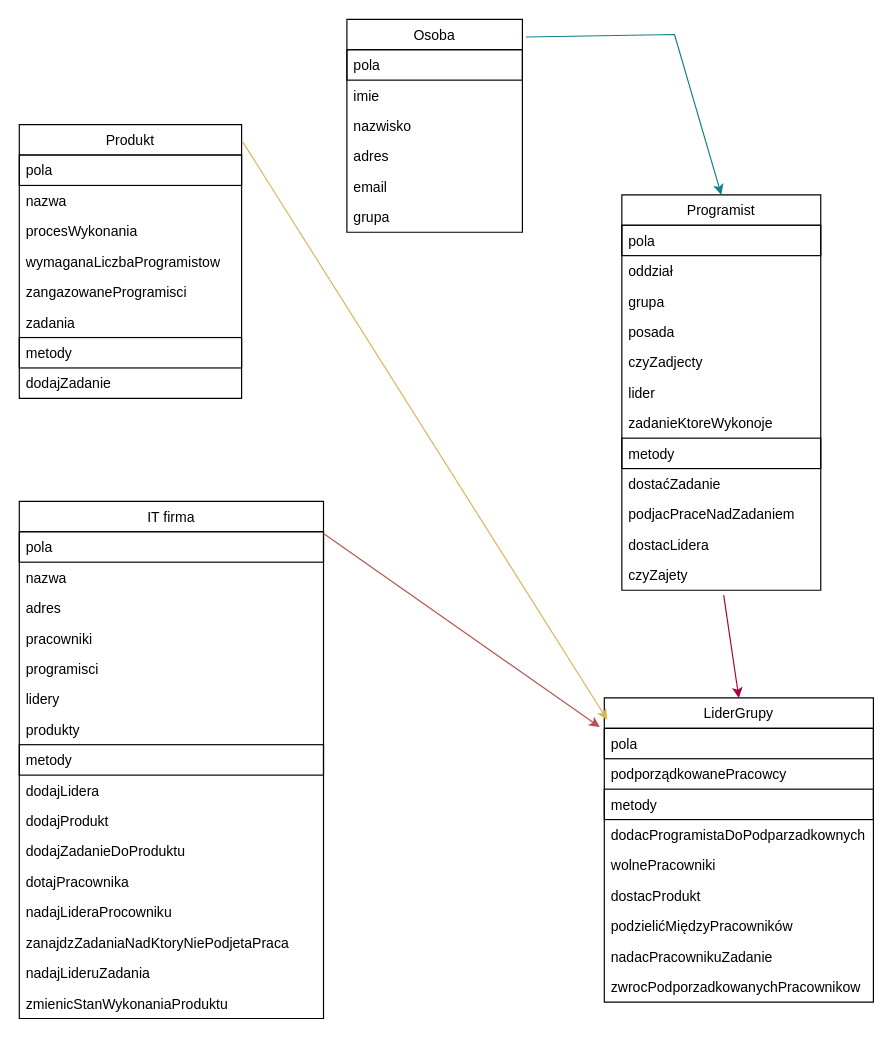
HoutarouM/2pM keeps this draw.io diagram as project/projectEdited.drawio. Above is the earlier version. Source tidied: cells renumbered, new cells numbered last; positions are measured from the earlier drawing's top-left corner, leaving out a move shared by most shapes. Both pictures are drawn from the tidied source at 117%, with x=0, y=0 at pixel (19, 19).
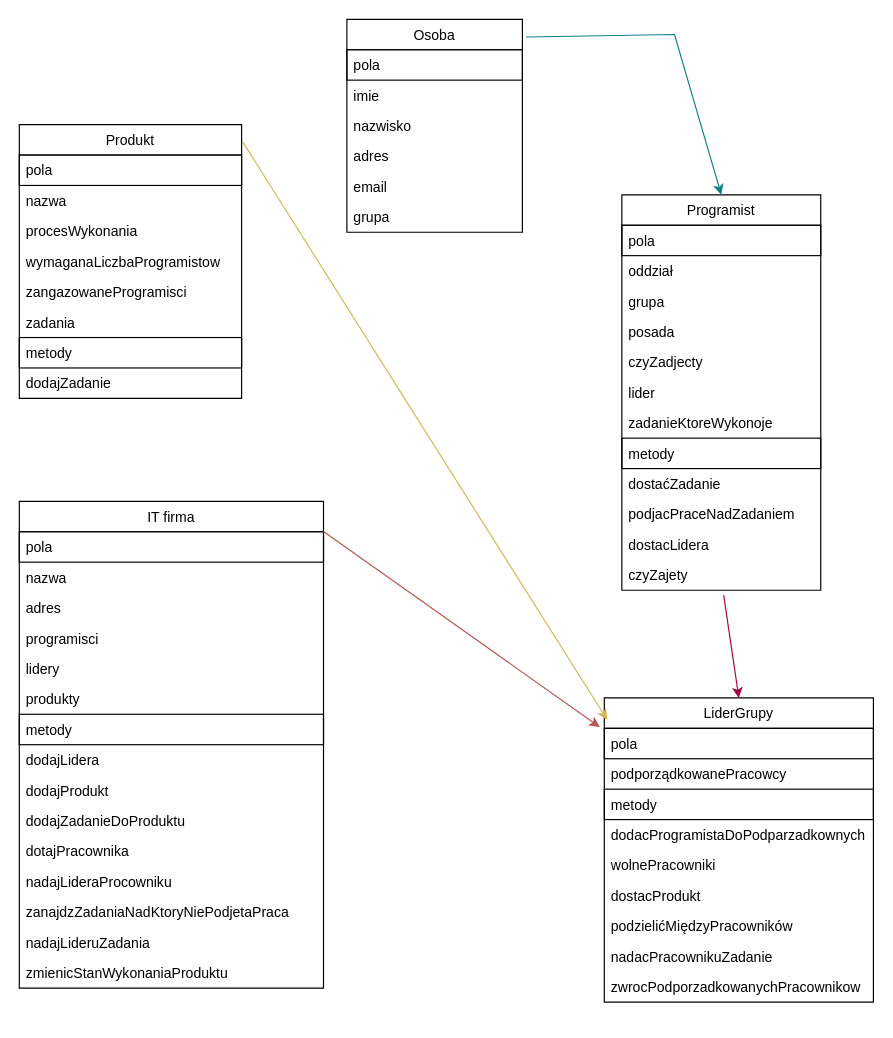
The same diagram, later.

What changed in the source:
```diff
@@
     <mxCell id="2" value="IT firma" style="swimlane;fontStyle=0;horizontal=1;startSize=26;fillColor=none;" parent="1" vertex="1">
-      <mxGeometry y="412" width="260" height="442" as="geometry" />
+      <mxGeometry y="412" width="260" height="416" as="geometry" />
     </mxCell>
@@
-    <mxCell id="6" value="pracowniki" style="text;strokeColor=none;fillColor=none;align=left;verticalAlign=top;spacingLeft=4;spacingRight=4;overflow=hidden;" parent="2" vertex="1">
-      <mxGeometry y="104" width="260" height="26" as="geometry" />
-    </mxCell>
     <mxCell id="7" value="programisci" style="text;strokeColor=none;fillColor=none;align=left;verticalAlign=top;spacingLeft=4;spacingRight=4;overflow=hidden;" parent="2" vertex="1">
-      <mxGeometry y="130" width="260" height="26" as="geometry" />
+      <mxGeometry y="104" width="260" height="26" as="geometry" />
     </mxCell>
     <mxCell id="8" value="lidery" style="text;strokeColor=none;fillColor=none;align=left;verticalAlign=top;spacingLeft=4;spacingRight=4;overflow=hidden;" parent="2" vertex="1">
-      <mxGeometry y="156" width="260" height="26" as="geometry" />
+      <mxGeometry y="130" width="260" height="26" as="geometry" />
     </mxCell>
     <mxCell id="9" value="produkty" style="text;strokeColor=none;fillColor=none;align=left;verticalAlign=top;spacingLeft=4;spacingRight=4;overflow=hidden;" parent="2" vertex="1">
-      <mxGeometry y="182" width="260" height="26" as="geometry" />
+      <mxGeometry y="156" width="260" height="26" as="geometry" />
     </mxCell>
     <mxCell id="10" value="metody" style="text;strokeColor=default;fillColor=none;align=left;verticalAlign=top;spacingLeft=4;spacingRight=4;overflow=hidden;imageAspect=1;backgroundOutline=0;shadow=0;sketch=0;glass=0;rounded=0;" parent="2" vertex="1">
-      <mxGeometry y="208" width="260" height="26" as="geometry" />
+      <mxGeometry y="182" width="260" height="26" as="geometry" />
     </mxCell>
     <mxCell id="11" value="dodajLidera" style="text;strokeColor=none;fillColor=none;align=left;verticalAlign=top;spacingLeft=4;spacingRight=4;overflow=hidden;" parent="2" vertex="1">
-      <mxGeometry y="234" width="260" height="26" as="geometry" />
+      <mxGeometry y="208" width="260" height="26" as="geometry" />
     </mxCell>
     <mxCell id="12" value="dodajProdukt" style="text;strokeColor=none;fillColor=none;align=left;verticalAlign=top;spacingLeft=4;spacingRight=4;overflow=hidden;" parent="2" vertex="1">
-      <mxGeometry y="260" width="260" height="26" as="geometry" />
+      <mxGeometry y="234" width="260" height="26" as="geometry" />
     </mxCell>
     <mxCell id="13" value="dodajZadanieDoProduktu" style="text;strokeColor=none;fillColor=none;align=left;verticalAlign=top;spacingLeft=4;spacingRight=4;overflow=hidden;" parent="2" vertex="1">
-      <mxGeometry y="286" width="260" height="26" as="geometry" />
+      <mxGeometry y="260" width="260" height="26" as="geometry" />
     </mxCell>
     <mxCell id="14" value="dotajPracownika" style="text;strokeColor=none;fillColor=none;align=left;verticalAlign=top;spacingLeft=4;spacingRight=4;overflow=hidden;" parent="2" vertex="1">
-      <mxGeometry y="312" width="260" height="26" as="geometry" />
+      <mxGeometry y="286" width="260" height="26" as="geometry" />
     </mxCell>
     <mxCell id="15" value="nadajLideraProcowniku" style="text;strokeColor=none;fillColor=none;align=left;verticalAlign=top;spacingLeft=4;spacingRight=4;overflow=hidden;" parent="2" vertex="1">
-      <mxGeometry y="338" width="260" height="26" as="geometry" />
+      <mxGeometry y="312" width="260" height="26" as="geometry" />
     </mxCell>
     <mxCell id="16" value="zanajdzZadaniaNadKtoryNiePodjetaPraca" style="text;strokeColor=none;fillColor=none;align=left;verticalAlign=top;spacingLeft=4;spacingRight=4;overflow=hidden;" parent="2" vertex="1">
-      <mxGeometry y="364" width="260" height="26" as="geometry" />
+      <mxGeometry y="338" width="260" height="26" as="geometry" />
     </mxCell>
     <mxCell id="17" value="nadajLideruZadania" style="text;strokeColor=none;fillColor=none;align=left;verticalAlign=top;spacingLeft=4;spacingRight=4;overflow=hidden;" parent="2" vertex="1">
-      <mxGeometry y="390" width="260" height="26" as="geometry" />
+      <mxGeometry y="364" width="260" height="26" as="geometry" />
     </mxCell>
     <mxCell id="18" value="zmienicStanWykonaniaProduktu" style="text;strokeColor=none;fillColor=none;align=left;verticalAlign=top;spacingLeft=4;spacingRight=4;overflow=hidden;" parent="2" vertex="1">
-      <mxGeometry y="416" width="260" height="26" as="geometry" />
+      <mxGeometry y="390" width="260" height="26" as="geometry" />
     </mxCell>
```
